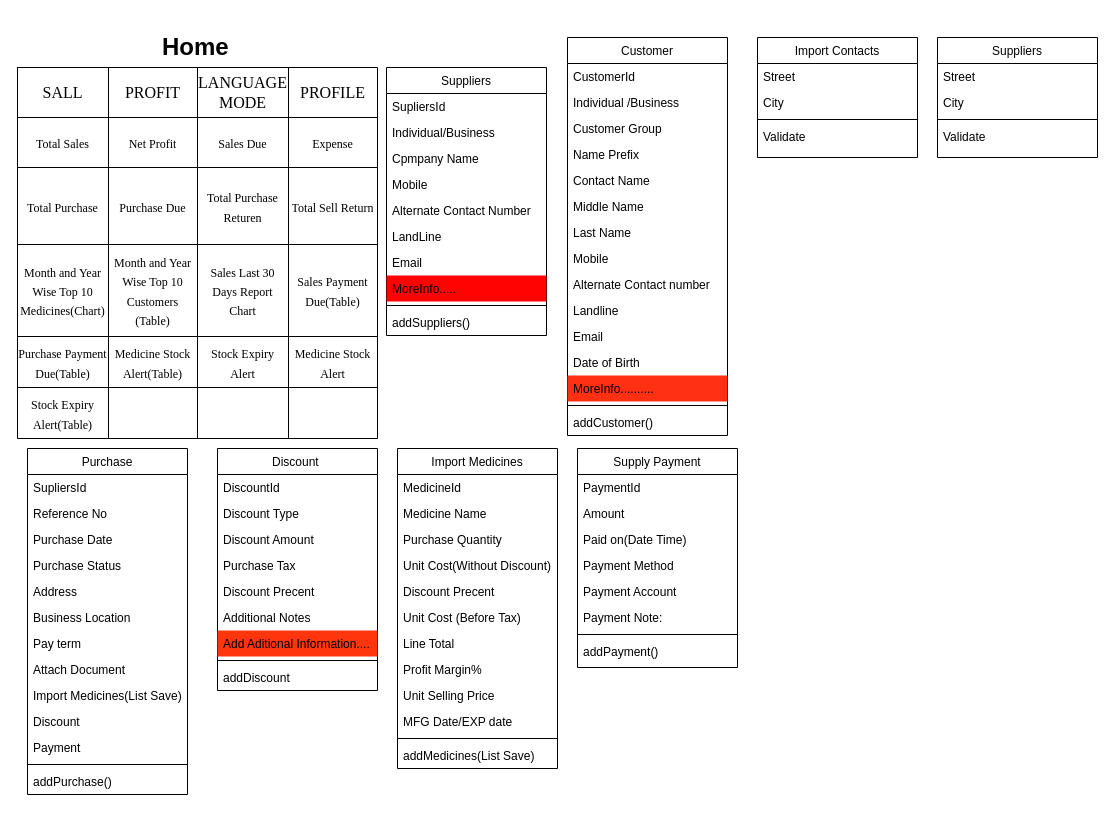
Earlier version of the draw.io diagram PMS.drawio (walidulhasan/UML). Source tidied: cells renumbered, new cells numbered last; positions are measured from the earlier drawing's top-left corner, leaving out a move shared by most shapes. Both pictures are drawn from the tidied source at 100%, with x=0, y=0 at pixel (17, 27).
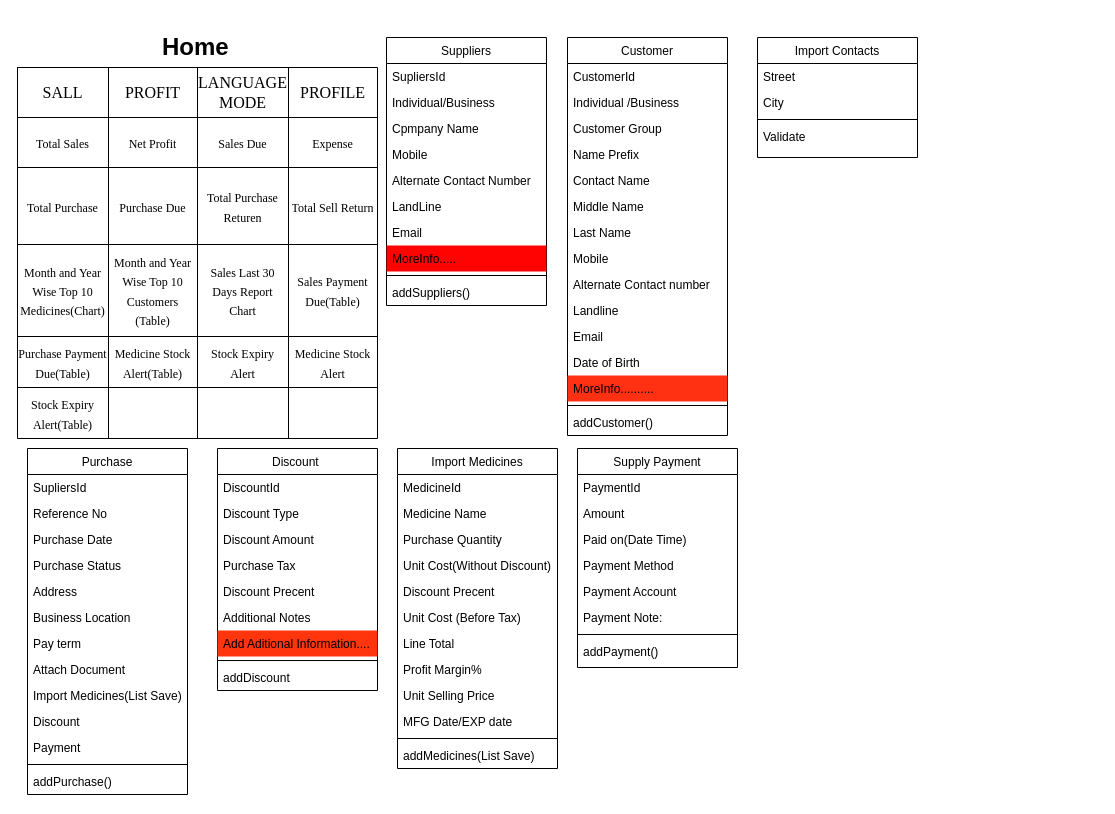
Above is the later version.

What changed in the source:
```diff
@@
     <mxCell id="2" value="Suppliers" style="swimlane;fontStyle=0;align=center;verticalAlign=top;horizontal=1;startSize=26;rounded=0;shadow=0;strokeWidth=1;" parent="1" vertex="1">
-      <mxGeometry x="369" y="40" width="160" height="268" as="geometry" />
+      <mxGeometry x="369" y="10" width="160" height="268" as="geometry" />
     </mxCell>
@@
-    <mxCell id="18" value="Suppliers" style="swimlane;fontStyle=0;align=center;verticalAlign=top;horizontal=1;startSize=26;rounded=0;shadow=0;strokeWidth=1;" parent="1" vertex="1">
-      <mxGeometry x="920" y="10" width="160" height="120" as="geometry" />
-    </mxCell>
-    <mxCell id="19" value="Street" style="text;align=left;verticalAlign=top;spacingLeft=4;spacingRight=4;overflow=hidden;" parent="18" vertex="1">
-      <mxGeometry y="26" width="160" height="26" as="geometry" />
-    </mxCell>
-    <mxCell id="20" value="City" style="text;align=left;verticalAlign=top;spacingLeft=4;spacingRight=4;overflow=hidden;rounded=0;shadow=0;html=0;" parent="18" vertex="1">
-      <mxGeometry y="52" width="160" height="26" as="geometry" />
-    </mxCell>
-    <mxCell id="21" style="line;html=1;strokeWidth=1;align=left;verticalAlign=middle;spacingTop=-1;spacingLeft=3;spacingRight=3;labelPosition=right;" parent="18" vertex="1">
-      <mxGeometry y="78" width="160" height="8" as="geometry" />
-    </mxCell>
-    <mxCell id="22" value="Validate" style="text;align=left;verticalAlign=top;spacingLeft=4;spacingRight=4;overflow=hidden;" parent="18" vertex="1">
-      <mxGeometry y="86" width="160" height="26" as="geometry" />
-    </mxCell>
```
